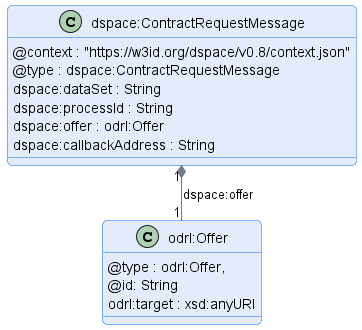
Earlier version of the PlantUML export negotiation/message/diagram/contract-request-message.png (International-Data-Spaces-Association/ids-specification).
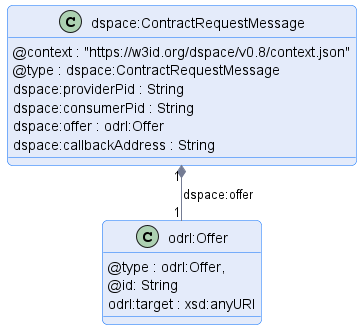
Later version of the same file.

Change to the diagram source:
```diff
@@ -9,8 +9,8 @@
 class "dspace:ContractRequestMessage" {
     @context : "https://w3id.org/dspace/v0.8/context.json"
     @type : dspace:ContractRequestMessage
-    dspace:dataSet : String
-    dspace:processId : String
+    dspace:providerPid : String
+    dspace:consumerPid : String
     dspace:offer : odrl:Offer
     dspace:callbackAddress : String
 }
```
